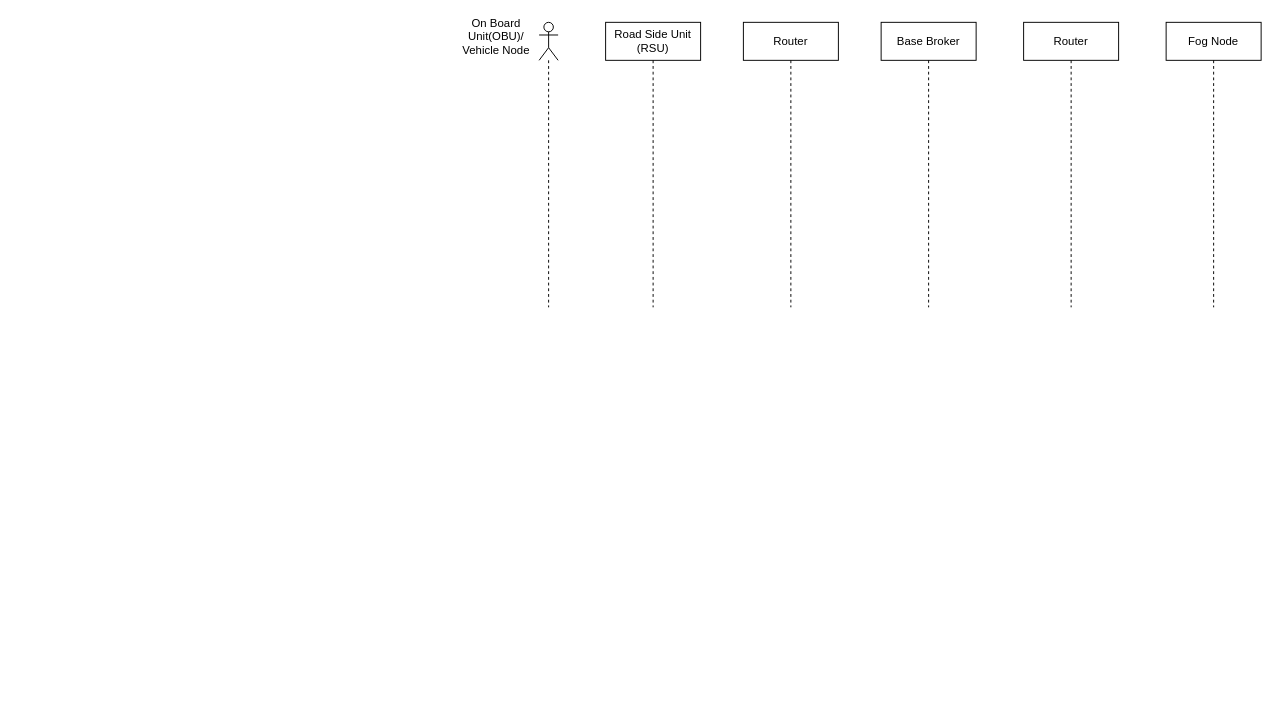
Before: System Use Case Diagram.drawio in Mostafa1Mahmoud/Graduation-projects-diagrams, a draw.io diagram. Source tidied: cells renumbered, new cells numbered last; positions are measured from the earlier drawing's top-left corner, leaving out a move shared by most shapes. Both pictures are drawn from the tidied source at 95%, with x=0, y=0 at pixel (453, 22).
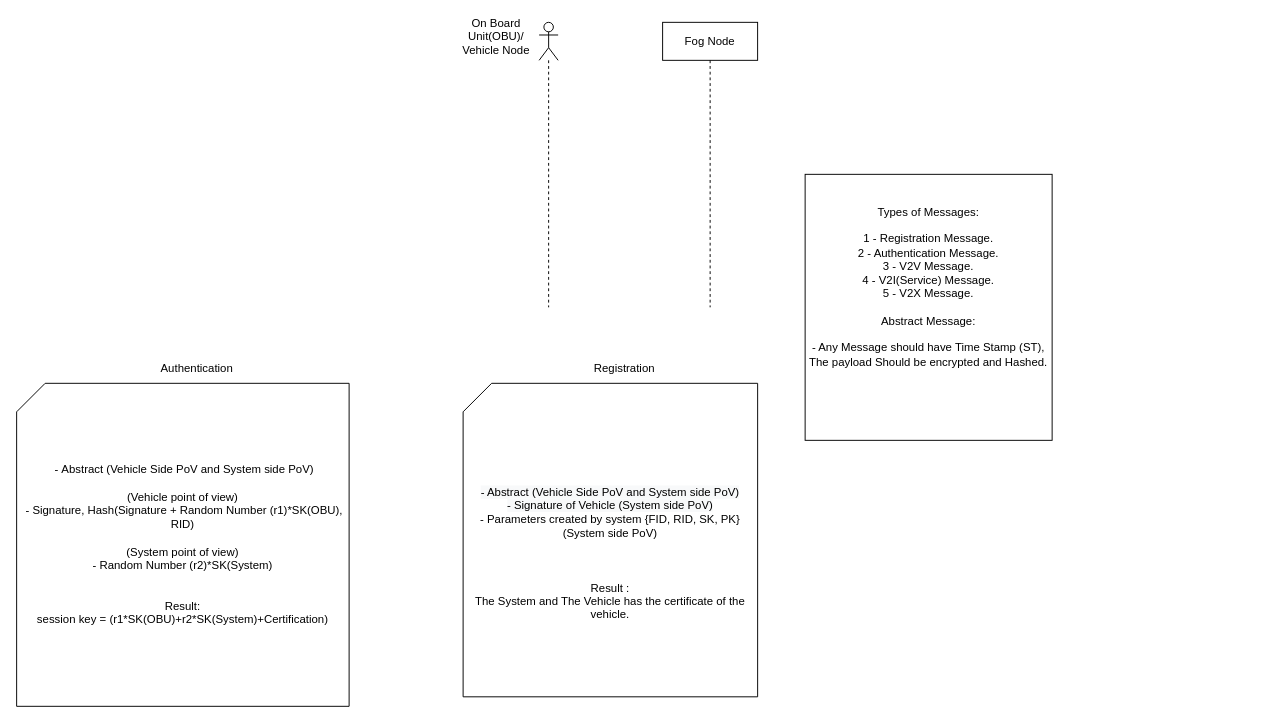
Above is the later version.

What changed in the source:
```diff
@@
 <mxGraphModel>
   <root>
     <mxCell id="0" />
     <mxCell id="1" parent="0" />
-    <mxCell id="2" value="Road Side Unit (RSU)" style="shape=umlLifeline;perimeter=lifelinePerimeter;whiteSpace=wrap;html=1;" parent="1" vertex="1">
-      <mxGeometry x="160" width="100" height="300" as="geometry" />
-    </mxCell>
     <mxCell id="3" style="shape=umlLifeline;participant=umlActor;perimeter=lifelinePerimeter;whiteSpace=wrap;html=1;verticalAlign=top;spacingTop=36;" parent="1" vertex="1">
       <mxGeometry x="90" width="20" height="300" as="geometry" />
     </mxCell>
     <mxCell id="4" value="On Board Unit(OBU)/ Vehicle Node" style="text;html=1;strokeColor=none;fillColor=none;align=center;verticalAlign=middle;whiteSpace=wrap;rounded=0;" parent="1" vertex="1">
       <mxGeometry width="90" height="30" as="geometry" />
     </mxCell>
-    <mxCell id="5" value="Base Broker&lt;br&gt;" style="shape=umlLifeline;perimeter=lifelinePerimeter;whiteSpace=wrap;html=1;" parent="1" vertex="1">
-      <mxGeometry x="450" width="100" height="300" as="geometry" />
-    </mxCell>
-    <mxCell id="6" value="Router" style="shape=umlLifeline;perimeter=lifelinePerimeter;whiteSpace=wrap;html=1;" parent="1" vertex="1">
-      <mxGeometry x="600" width="100" height="300" as="geometry" />
-    </mxCell>
     <mxCell id="7" value="Fog Node&lt;br&gt;" style="shape=umlLifeline;perimeter=lifelinePerimeter;whiteSpace=wrap;html=1;" parent="1" vertex="1">
-      <mxGeometry x="750" width="100" height="300" as="geometry" />
+      <mxGeometry x="220" width="100" height="300" as="geometry" />
     </mxCell>
-    <mxCell id="8" value="Router" style="shape=umlLifeline;perimeter=lifelinePerimeter;whiteSpace=wrap;html=1;" parent="1" vertex="1">
-      <mxGeometry x="305" width="100" height="300" as="geometry" />
-    </mxCell>
+    <mxCell id="9" value="&lt;span&gt;Types of Messages:&lt;/span&gt;&lt;br&gt;&lt;br&gt;&lt;span&gt;1 - Registration Message.&lt;/span&gt;&lt;br&gt;&lt;span&gt;2 - Authentication Message.&lt;/span&gt;&lt;br&gt;&lt;span&gt;3 - V2V Message.&lt;/span&gt;&lt;br&gt;&lt;span&gt;4 - V2I(Service) Message.&lt;/span&gt;&lt;br&gt;&lt;span&gt;5 - V2X Message.&lt;br&gt;&lt;br&gt;&lt;/span&gt;Abstract Message:&lt;br&gt;&lt;br&gt;- Any Message should have Time Stamp (ST), The payload Should be encrypted and Hashed.&lt;br&gt;&lt;span&gt;&lt;br&gt;&lt;br&gt;&lt;br&gt;&lt;/span&gt;" style="rounded=0;whiteSpace=wrap;html=1;" parent="1" vertex="1">
+      <mxGeometry x="370" y="160" width="260" height="280" as="geometry" />
+    </mxCell>
+    <mxCell id="10" value="&lt;br&gt;&lt;br&gt;&lt;span style=&quot;color: rgb(0 , 0 , 0) ; font-family: &amp;#34;helvetica&amp;#34; ; font-size: 12px ; font-style: normal ; font-weight: 400 ; letter-spacing: normal ; text-align: left ; text-indent: 0px ; text-transform: none ; word-spacing: 0px ; background-color: rgb(248 , 249 , 250) ; display: inline ; float: none&quot;&gt;- Abstract (Vehicle Side PoV and System side PoV)&lt;/span&gt;&lt;br style=&quot;padding: 0px ; margin: 0px ; color: rgb(0 , 0 , 0) ; font-family: &amp;#34;helvetica&amp;#34; ; font-size: 12px ; font-style: normal ; font-weight: 400 ; letter-spacing: normal ; text-align: left ; text-indent: 0px ; text-transform: none ; word-spacing: 0px ; background-color: rgb(248 , 249 , 250)&quot;&gt;&lt;span style=&quot;color: rgb(0 , 0 , 0) ; font-family: &amp;#34;helvetica&amp;#34; ; font-size: 12px ; font-style: normal ; font-weight: 400 ; letter-spacing: normal ; text-align: left ; text-indent: 0px ; text-transform: none ; word-spacing: 0px ; background-color: rgb(248 , 249 , 250) ; display: inline ; float: none&quot;&gt;- Signature of Vehicle (System side PoV&lt;/span&gt;&lt;span style=&quot;color: rgb(0 , 0 , 0) ; font-family: &amp;#34;helvetica&amp;#34; ; font-size: 12px ; font-style: normal ; font-weight: 400 ; letter-spacing: normal ; text-align: left ; text-indent: 0px ; text-transform: none ; word-spacing: 0px ; background-color: rgb(248 , 249 , 250) ; display: inline ; float: none&quot;&gt;)&lt;br&gt;&lt;/span&gt;- Parameters created by system {FID, RID, SK, PK}&lt;span style=&quot;font-family: &amp;#34;helvetica&amp;#34; ; text-align: left&quot;&gt;(System side PoV&lt;/span&gt;&lt;span style=&quot;font-family: &amp;#34;helvetica&amp;#34; ; text-align: left&quot;&gt;)&lt;br&gt;&lt;br&gt;&lt;br&gt;&lt;br&gt;Result :&lt;br&gt;The System and The Vehicle has the certificate of the vehicle.&lt;br&gt;&lt;/span&gt;" style="shape=card;whiteSpace=wrap;html=1;" parent="1" vertex="1">
+      <mxGeometry x="10" y="380" width="310" height="330" as="geometry" />
+    </mxCell>
+    <mxCell id="11" value="Registration" style="text;html=1;strokeColor=none;fillColor=none;align=center;verticalAlign=middle;whiteSpace=wrap;rounded=0;" parent="1" vertex="1">
+      <mxGeometry x="40" y="350" width="280" height="30" as="geometry" />
+    </mxCell>
+    <mxCell id="12" value="&amp;nbsp;-&lt;span style=&quot;font-family: &amp;#34;helvetica&amp;#34; ; text-align: left&quot;&gt;&amp;nbsp;Abstract (Vehicle Side PoV and System side PoV)&lt;br&gt;&lt;br&gt;(Vehicle point of view)&lt;br&gt;&amp;nbsp;- Signature, Hash(Signature + Random Number (r1)*SK(OBU), RID)&lt;br&gt;&lt;br&gt;(System point of view)&lt;br&gt;- Random Number (r2)&lt;/span&gt;&lt;span style=&quot;font-family: &amp;#34;helvetica&amp;#34; ; text-align: left&quot;&gt;*SK(System)&lt;br&gt;&lt;/span&gt;&lt;span style=&quot;font-family: &amp;#34;helvetica&amp;#34; ; text-align: left&quot;&gt;&lt;br&gt;&lt;br&gt;Result:&lt;br&gt;session key = (r1*SK(OBU)+r2*SK(System)+Certification)&lt;br&gt;&lt;/span&gt;" style="shape=card;whiteSpace=wrap;html=1;" parent="1" vertex="1">
+      <mxGeometry x="-460" y="380" width="350" height="340" as="geometry" />
+    </mxCell>
+    <mxCell id="13" value="Authentication" style="text;html=1;strokeColor=none;fillColor=none;align=center;verticalAlign=middle;whiteSpace=wrap;rounded=0;" parent="1" vertex="1">
+      <mxGeometry x="-430" y="350" width="320" height="30" as="geometry" />
+    </mxCell>
   </root>
 </mxGraphModel>
```
